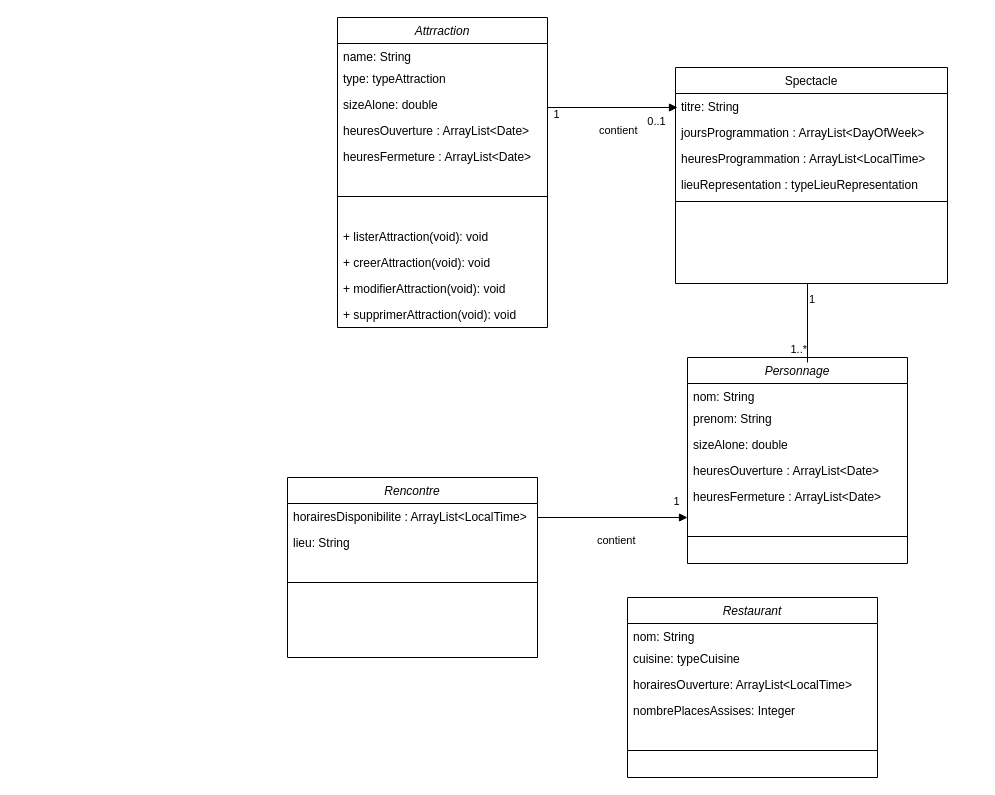
This is projet_web.drawio from lasercata/JEE_project, a draw.io file, before an edit. Source tidied: cells renumbered, new cells numbered last; positions are measured from the earlier drawing's top-left corner, leaving out a move shared by most shapes. Both pictures are drawn from the tidied source at 100%, with x=0, y=0 at pixel (287, 17).
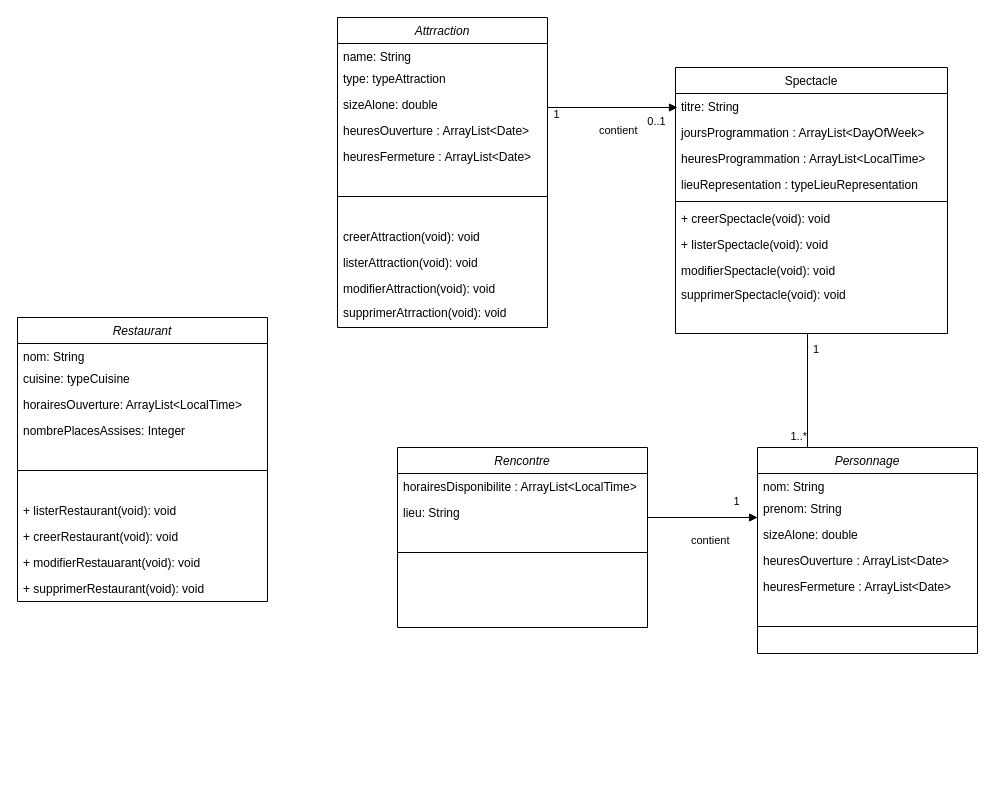
After the change.

Commit message:
working on diagramme de classe

The change refers to these unchanged cells:
```xml
<mxCell id="2" value="Attrraction" style="swimlane;fontStyle=2;align=center;verticalAlign=top;horizontal=1;startSize=26;rounded=0;shadow=0;strokeWidth=1;" parent="1" vertex="1">
  <mxGeometry x="50" width="210" height="310" as="geometry" />
</mxCell>
```

Change to the diagram source:
```diff
@@
-    <mxCell id="9" value="+ listerAttraction(void): void&#10;" style="text;align=left;verticalAlign=top;spacingLeft=4;spacingRight=4;overflow=hidden;rounded=0;shadow=0;html=0;" parent="2" vertex="1">
-      <mxGeometry y="206" width="210" height="26" as="geometry" />
-    </mxCell>
-    <mxCell id="10" value="+ creerAttraction(void): void" style="text;align=left;verticalAlign=top;spacingLeft=4;spacingRight=4;overflow=hidden;rounded=0;shadow=0;html=0;" parent="2" vertex="1">
-      <mxGeometry y="232" width="210" height="26" as="geometry" />
-    </mxCell>
-    <mxCell id="11" value="+ modifierAttraction(void): void" style="text;align=left;verticalAlign=top;spacingLeft=4;spacingRight=4;overflow=hidden;rounded=0;shadow=0;html=0;" parent="2" vertex="1">
-      <mxGeometry y="258" width="210" height="26" as="geometry" />
-    </mxCell>
-    <mxCell id="12" value="+ supprimerAttraction(void): void" style="text;align=left;verticalAlign=top;spacingLeft=4;spacingRight=4;overflow=hidden;rounded=0;shadow=0;html=0;" parent="2" vertex="1">
-      <mxGeometry y="284" width="210" height="26" as="geometry" />
-    </mxCell>
+    <mxCell id="44" value="creerAttraction(void): void" style="text;align=left;verticalAlign=top;spacingLeft=4;spacingRight=4;overflow=hidden;rounded=0;shadow=0;html=0;" parent="2" vertex="1">
+      <mxGeometry y="206" width="210" height="26" as="geometry" />
+    </mxCell>
+    <mxCell id="45" value="listerAttraction(void): void" style="text;align=left;verticalAlign=top;spacingLeft=4;spacingRight=4;overflow=hidden;rounded=0;shadow=0;html=0;" parent="2" vertex="1">
+      <mxGeometry y="232" width="210" height="26" as="geometry" />
+    </mxCell>
+    <mxCell id="46" value="modifierAttraction(void): void" style="text;align=left;verticalAlign=top;spacingLeft=4;spacingRight=4;overflow=hidden;rounded=0;shadow=0;html=0;" parent="2" vertex="1">
+      <mxGeometry y="258" width="210" height="24" as="geometry" />
+    </mxCell>
+    <mxCell id="47" value="supprimerAtrraction(void): void" style="text;align=left;verticalAlign=top;spacingLeft=4;spacingRight=4;overflow=hidden;rounded=0;shadow=0;html=0;" parent="2" vertex="1">
+      <mxGeometry y="282" width="210" height="26" as="geometry" />
+    </mxCell>
     <mxCell id="13" value="Spectacle" style="swimlane;fontStyle=0;align=center;verticalAlign=top;horizontal=1;startSize=26;rounded=0;shadow=0;strokeWidth=1;" parent="1" vertex="1">
-      <mxGeometry x="388" y="50" width="272" height="216" as="geometry" />
+      <mxGeometry x="388" y="50" width="272" height="266" as="geometry" />
     </mxCell>
@@
+    <mxCell id="48" value="+ creerSpectacle(void): void" style="text;align=left;verticalAlign=top;spacingLeft=4;spacingRight=4;overflow=hidden;rounded=0;shadow=0;html=0;" parent="13" vertex="1">
+      <mxGeometry y="138" width="272" height="26" as="geometry" />
+    </mxCell>
+    <mxCell id="49" value="+ listerSpectacle(void): void" style="text;align=left;verticalAlign=top;spacingLeft=4;spacingRight=4;overflow=hidden;rounded=0;shadow=0;html=0;" parent="13" vertex="1">
+      <mxGeometry y="164" width="272" height="26" as="geometry" />
+    </mxCell>
+    <mxCell id="50" value="modifierSpectacle(void): void" style="text;align=left;verticalAlign=top;spacingLeft=4;spacingRight=4;overflow=hidden;rounded=0;shadow=0;html=0;" parent="13" vertex="1">
+      <mxGeometry y="190" width="272" height="24" as="geometry" />
+    </mxCell>
+    <mxCell id="51" value="supprimerSpectacle(void): void" style="text;align=left;verticalAlign=top;spacingLeft=4;spacingRight=4;overflow=hidden;rounded=0;shadow=0;html=0;" parent="13" vertex="1">
+      <mxGeometry y="214" width="272" height="26" as="geometry" />
+    </mxCell>
+    <mxCell id="52" style="endArrow=none;html=1;edgeStyle=orthogonalEdgeStyle;rounded=0;exitX=0.5;exitY=1;exitDx=0;exitDy=0;" parent="1" edge="1" source="13">
+      <mxGeometry relative="1" as="geometry">
+        <mxPoint x="520" y="432" as="targetPoint" />
+        <Array as="points">
+          <mxPoint x="520" y="316" />
+          <mxPoint x="520" y="432" />
+        </Array>
+      </mxGeometry>
+    </mxCell>
+    <mxCell id="40" value="1" style="edgeLabel;html=1;align=left;verticalAlign=bottom;" parent="52" vertex="1">
+      <mxGeometry x="-1" relative="1" as="geometry">
+        <mxPoint y="24" as="offset" />
+      </mxGeometry>
+    </mxCell>
+    <mxCell id="41" value="1..*" style="edgeLabel;html=1;align=right;verticalAlign=bottom;" parent="52" vertex="1">
+      <mxGeometry x="1" relative="1" as="geometry">
+        <mxPoint y="-5" as="offset" />
+      </mxGeometry>
+    </mxCell>
+    <mxCell id="53" value="contient" style="endArrow=block;endFill=1;html=1;edgeStyle=orthogonalEdgeStyle;align=left;verticalAlign=top;rounded=0;" parent="1" edge="1">
+      <mxGeometry x="-0.23" y="-10" relative="1" as="geometry">
+        <mxPoint x="260" y="90" as="sourcePoint" />
+        <mxPoint x="390" y="90" as="targetPoint" />
+      </mxGeometry>
+    </mxCell>
+    <mxCell id="34" value="0..1" style="edgeLabel;html=1;align=center;verticalAlign=middle;" parent="1" vertex="1">
+      <mxGeometry x="470" y="110" as="geometry">
+        <mxPoint x="-102" y="-7" as="offset" />
+      </mxGeometry>
+    </mxCell>
+    <mxCell id="26" value="1" style="edgeLabel;html=1;align=center;verticalAlign=middle;" parent="1" vertex="1">
+      <mxGeometry x="370" y="103" as="geometry">
+        <mxPoint x="-102" y="-7" as="offset" />
+      </mxGeometry>
+    </mxCell>
+    <mxCell id="35" value="Rencontre" style="swimlane;fontStyle=2;align=center;verticalAlign=top;horizontal=1;startSize=26;rounded=0;shadow=0;strokeWidth=1;" parent="1" vertex="1">
+      <mxGeometry x="110" y="430" width="250" height="180" as="geometry" />
+    </mxCell>
+    <mxCell id="36" value="horairesDisponibilite : ArrayList&lt;LocalTime&gt;" style="text;align=left;verticalAlign=top;spacingLeft=4;spacingRight=4;overflow=hidden;rounded=0;shadow=0;html=0;" parent="35" vertex="1">
+      <mxGeometry y="26" width="250" height="26" as="geometry" />
+    </mxCell>
+    <mxCell id="37" value="lieu: String " style="text;align=left;verticalAlign=top;spacingLeft=4;spacingRight=4;overflow=hidden;rounded=0;shadow=0;html=0;" parent="35" vertex="1">
+      <mxGeometry y="52" width="250" height="26" as="geometry" />
+    </mxCell>
+    <mxCell id="38" style="line;html=1;strokeWidth=1;align=left;verticalAlign=middle;spacingTop=-1;spacingLeft=3;spacingRight=3;labelPosition=right;" parent="35" vertex="1">
+      <mxGeometry y="78" width="250" height="54" as="geometry" />
+    </mxCell>
+    <mxCell id="54" value="contient" style="endArrow=block;endFill=1;html=1;edgeStyle=orthogonalEdgeStyle;align=left;verticalAlign=top;rounded=0;entryX=0.048;entryY=0.692;entryDx=0;entryDy=0;entryPerimeter=0;" parent="1" edge="1">
+      <mxGeometry x="-0.23" y="-10" relative="1" as="geometry">
+        <mxPoint x="360" y="500" as="sourcePoint" />
+        <mxPoint x="470.1" y="500" as="targetPoint" />
+      </mxGeometry>
+    </mxCell>
+    <mxCell id="43" value="1" style="edgeLabel;html=1;align=center;verticalAlign=middle;" parent="1" vertex="1">
+      <mxGeometry x="550" y="490" as="geometry">
+        <mxPoint x="-102" y="-7" as="offset" />
+      </mxGeometry>
+    </mxCell>
     <mxCell id="19" value="Restaurant" style="swimlane;fontStyle=2;align=center;verticalAlign=top;horizontal=1;startSize=26;rounded=0;shadow=0;strokeWidth=1;" parent="1" vertex="1">
-      <mxGeometry x="340" y="580" width="250" height="180" as="geometry" />
+      <mxGeometry x="-270" y="300" width="250" height="284" as="geometry" />
     </mxCell>
@@
-    <mxCell id="25" value="contient" style="endArrow=block;endFill=1;html=1;edgeStyle=orthogonalEdgeStyle;align=left;verticalAlign=top;rounded=0;" parent="1" edge="1">
-      <mxGeometry x="-0.23" y="-10" relative="1" as="geometry">
-        <mxPoint x="260" y="90" as="sourcePoint" />
-        <mxPoint x="390" y="90" as="targetPoint" />
-      </mxGeometry>
-    </mxCell>
-    <mxCell id="26" value="1" style="edgeLabel;html=1;align=center;verticalAlign=middle;" parent="1" vertex="1">
-      <mxGeometry x="370" y="103" as="geometry">
-        <mxPoint x="-102" y="-7" as="offset" />
-      </mxGeometry>
-    </mxCell>
+    <mxCell id="55" value="+ listerRestaurant(void): void&#10;" style="text;align=left;verticalAlign=top;spacingLeft=4;spacingRight=4;overflow=hidden;rounded=0;shadow=0;html=0;" parent="19" vertex="1">
+      <mxGeometry y="180" width="250" height="26" as="geometry" />
+    </mxCell>
+    <mxCell id="56" value="+ creerRestaurant(void): void" style="text;align=left;verticalAlign=top;spacingLeft=4;spacingRight=4;overflow=hidden;rounded=0;shadow=0;html=0;" parent="19" vertex="1">
+      <mxGeometry y="206" width="250" height="26" as="geometry" />
+    </mxCell>
+    <mxCell id="57" value="+ modifierRestauarant(void): void" style="text;align=left;verticalAlign=top;spacingLeft=4;spacingRight=4;overflow=hidden;rounded=0;shadow=0;html=0;" parent="19" vertex="1">
+      <mxGeometry y="232" width="250" height="26" as="geometry" />
+    </mxCell>
+    <mxCell id="58" value="+ supprimerRestaurant(void): void" style="text;align=left;verticalAlign=top;spacingLeft=4;spacingRight=4;overflow=hidden;rounded=0;shadow=0;html=0;" parent="19" vertex="1">
+      <mxGeometry y="258" width="250" height="26" as="geometry" />
+    </mxCell>
     <mxCell id="27" value="Personnage" style="swimlane;fontStyle=2;align=center;verticalAlign=top;horizontal=1;startSize=26;rounded=0;shadow=0;strokeWidth=1;" parent="1" vertex="1">
-      <mxGeometry x="400" y="340" width="220" height="206" as="geometry" />
+      <mxGeometry x="470" y="430" width="220" height="206" as="geometry" />
     </mxCell>
@@
-    <mxCell id="34" value="0..1" style="edgeLabel;html=1;align=center;verticalAlign=middle;" parent="1" vertex="1">
-      <mxGeometry x="470" y="110" as="geometry">
-        <mxPoint x="-102" y="-7" as="offset" />
-      </mxGeometry>
-    </mxCell>
-    <mxCell id="35" value="Rencontre" style="swimlane;fontStyle=2;align=center;verticalAlign=top;horizontal=1;startSize=26;rounded=0;shadow=0;strokeWidth=1;" parent="1" vertex="1">
-      <mxGeometry y="460" width="250" height="180" as="geometry" />
-    </mxCell>
-    <mxCell id="36" value="horairesDisponibilite : ArrayList&lt;LocalTime&gt;" style="text;align=left;verticalAlign=top;spacingLeft=4;spacingRight=4;overflow=hidden;rounded=0;shadow=0;html=0;" parent="35" vertex="1">
-      <mxGeometry y="26" width="250" height="26" as="geometry" />
-    </mxCell>
-    <mxCell id="37" value="lieu: String " style="text;align=left;verticalAlign=top;spacingLeft=4;spacingRight=4;overflow=hidden;rounded=0;shadow=0;html=0;" parent="35" vertex="1">
-      <mxGeometry y="52" width="250" height="26" as="geometry" />
-    </mxCell>
-    <mxCell id="38" style="line;html=1;strokeWidth=1;align=left;verticalAlign=middle;spacingTop=-1;spacingLeft=3;spacingRight=3;labelPosition=right;" parent="35" vertex="1">
-      <mxGeometry y="78" width="250" height="54" as="geometry" />
-    </mxCell>
-    <mxCell id="39" style="endArrow=none;html=1;edgeStyle=orthogonalEdgeStyle;rounded=0;" parent="1" edge="1">
-      <mxGeometry relative="1" as="geometry">
-        <mxPoint x="520" y="266" as="sourcePoint" />
-        <mxPoint x="520" y="345" as="targetPoint" />
-      </mxGeometry>
-    </mxCell>
-    <mxCell id="40" value="1" style="edgeLabel;html=1;align=left;verticalAlign=bottom;" parent="39" vertex="1">
-      <mxGeometry x="-1" relative="1" as="geometry">
-        <mxPoint y="24" as="offset" />
-      </mxGeometry>
-    </mxCell>
-    <mxCell id="41" value="1..*" style="edgeLabel;html=1;align=right;verticalAlign=bottom;" parent="39" vertex="1">
-      <mxGeometry x="1" relative="1" as="geometry">
-        <mxPoint y="-5" as="offset" />
-      </mxGeometry>
-    </mxCell>
-    <mxCell id="42" value="contient" style="endArrow=block;endFill=1;html=1;edgeStyle=orthogonalEdgeStyle;align=left;verticalAlign=top;rounded=0;" parent="1" edge="1">
-      <mxGeometry x="-0.23" y="-10" relative="1" as="geometry">
-        <mxPoint x="250" y="500" as="sourcePoint" />
-        <mxPoint x="400" y="500" as="targetPoint" />
-      </mxGeometry>
-    </mxCell>
-    <mxCell id="43" value="1" style="edgeLabel;html=1;align=center;verticalAlign=middle;" parent="1" vertex="1">
-      <mxGeometry x="490" y="490" as="geometry">
-        <mxPoint x="-102" y="-7" as="offset" />
-      </mxGeometry>
-    </mxCell>
```
